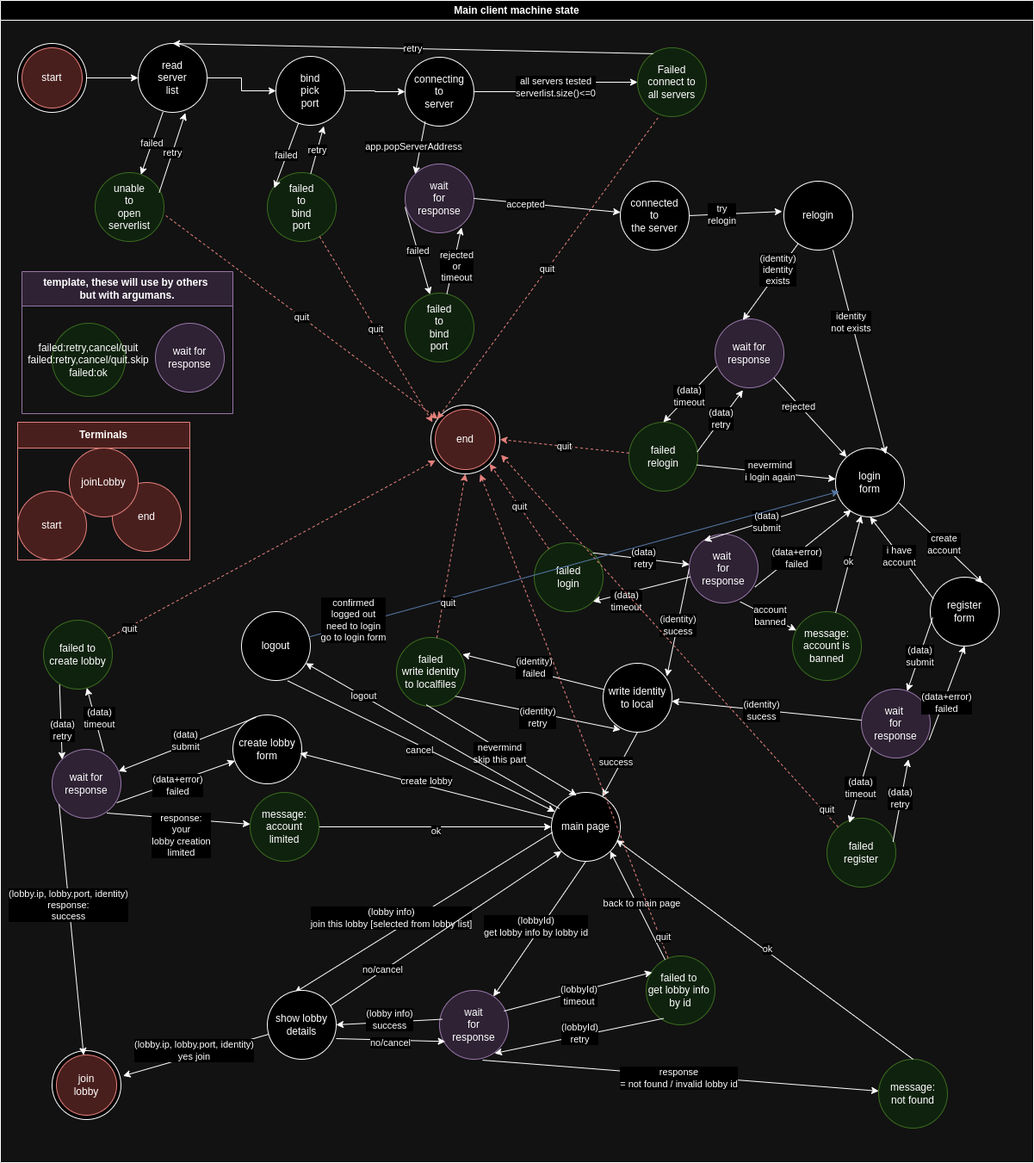
Earlier version of the draw.io export docs/machine-state/main-client/main-client-machine-states-dark.png (turnaduw/fluffyMultiplayer). Source tidied: cells renumbered, new cells last; positions are measured from the earlier drawing's top-left corner, leaving out a move shared by most shapes.
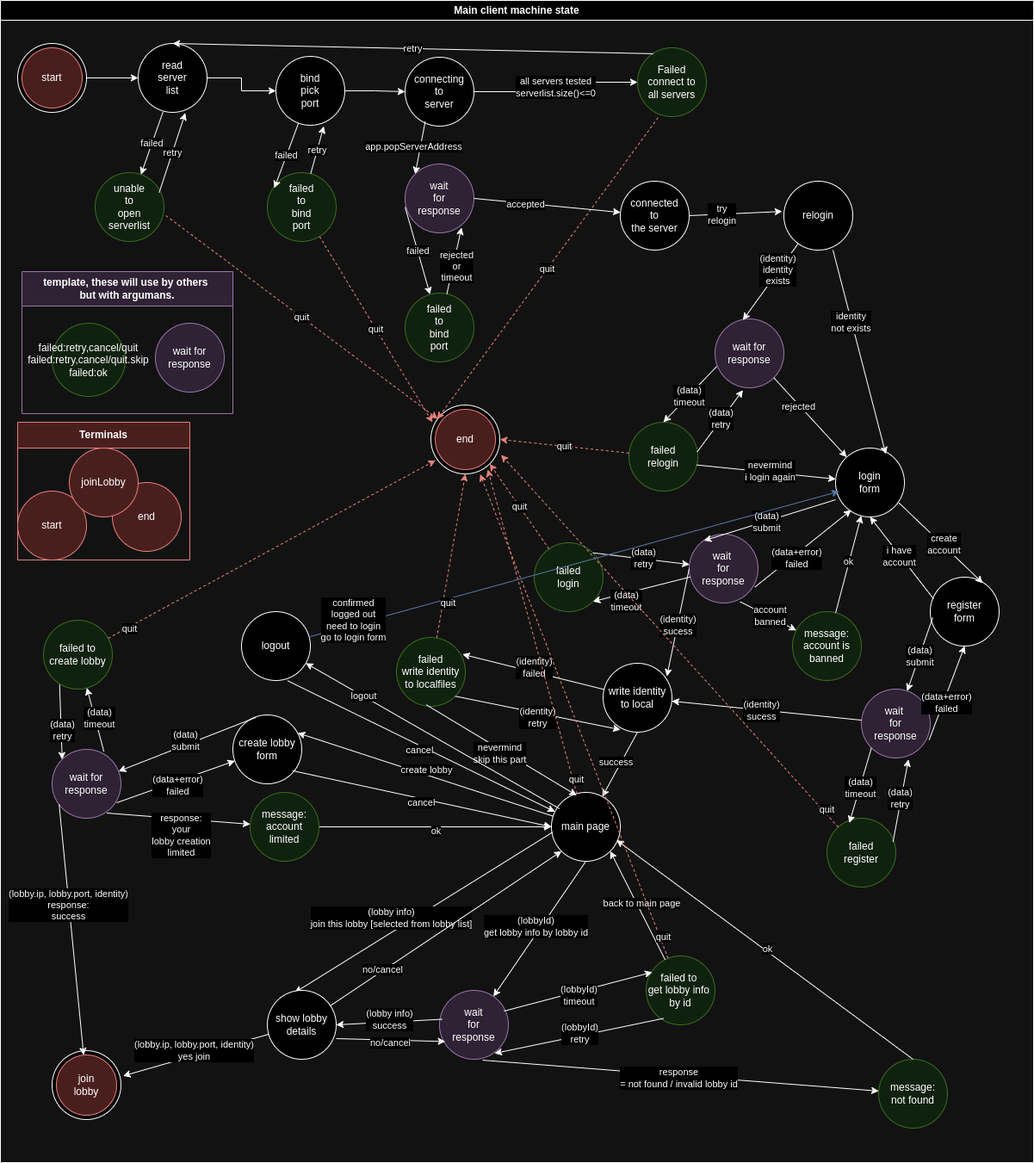
Above is the later version.

Commit message:
doc main client machine state updated.

Change to the diagram source:
```diff
@@ -251,7 +251,7 @@
     <mxCell id="84" value="create lobby&lt;br&gt;form" style="ellipse;whiteSpace=wrap;html=1;" parent="2" vertex="1">
       <mxGeometry x="270" y="830" width="80" height="80" as="geometry" />
     </mxCell>
-    <mxCell id="85" value="create lobby" style="endArrow=classic;html=1;rounded=0;entryX=0.973;entryY=0.557;entryDx=0;entryDy=0;entryPerimeter=0;" parent="2" edge="1" source="63" target="84">
+    <mxCell id="85" value="create lobby" style="endArrow=classic;html=1;rounded=0;entryX=0.942;entryY=0.262;entryDx=0;entryDy=0;entryPerimeter=0;" parent="2" edge="1" source="63" target="84">
       <mxGeometry y="-5" relative="1" as="geometry" />
     </mxCell>
     <mxCell id="86" value="wait for response" style="ellipse;whiteSpace=wrap;html=1;fillColor=#e1d5e7;strokeColor=#9673a6;" parent="2" vertex="1">
@@ -346,5 +346,13 @@
     <mxCell id="115" value="identity&lt;br&gt;not exists" style="endArrow=classic;html=1;rounded=0;entryX=0.73;entryY=0.088;entryDx=0;entryDy=0;entryPerimeter=0;exitX=0.712;exitY=0.999;exitDx=0;exitDy=0;exitPerimeter=0;" parent="2" edge="1" source="29" target="33">
       <mxGeometry x="-0.3" y="-1" relative="1" as="geometry" />
     </mxCell>
+    <mxCell id="116" value="quit" style="endArrow=classic;html=1;rounded=0;fillColor=#f8cecc;strokeColor=#b85450;dashed=1;entryX=0.825;entryY=0.938;entryDx=0;entryDy=0;entryPerimeter=0;" parent="2" edge="1" source="63" target="9">
+      <mxGeometry x="-0.92" y="-4" relative="1" as="geometry" />
+    </mxCell>
+    <mxCell id="117" value="cancel" style="endArrow=classic;html=1;rounded=0;exitX=0.865;exitY=0.81;exitDx=0;exitDy=0;exitPerimeter=0;" parent="2" edge="1" source="84">
+      <mxGeometry x="0.01" y="-5" relative="1" as="geometry">
+        <mxPoint x="640" y="960" as="targetPoint" />
+      </mxGeometry>
+    </mxCell>
   </root>
 </mxGraphModel>
```
